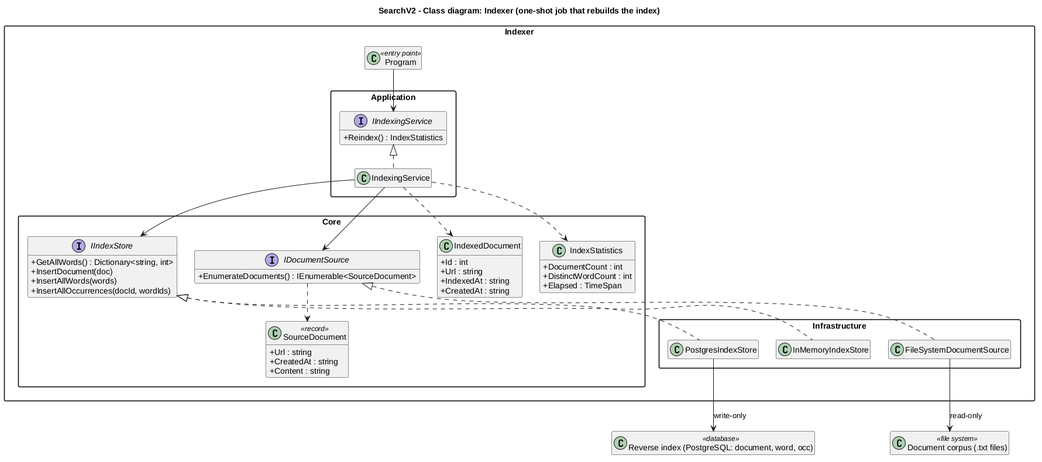
Earlier version of the PlantUML export uml/class-diagram-indexer.png (searchv2/searchv2). The source it was exported from:
```plantuml
@startuml class-diagram-indexer
title SearchV2 - Class diagram: Indexer (one-shot job that rebuilds the index)
skinparam classAttributeIconSize 0
skinparam packageStyle rectangle
skinparam nodesep 30
skinparam ranksep 40
hide empty members


package "Indexer" as indexer {
  class Program <<entry point>>
  package "Application" as idxapp {
    interface IIndexingService {
      +Reindex() : IndexStatistics
    }
    class IndexingService
  }
  package "Core" as idxcore {
    interface IDocumentSource {
      +EnumerateDocuments() : IEnumerable<SourceDocument>
    }
    interface IIndexStore {
      +GetAllWords() : Dictionary<string, int>
      +InsertDocument(doc)
      +InsertAllWords(words)
      +InsertAllOccurrences(docId, wordIds)
    }
    class SourceDocument <<record>> {
      +Url : string
      +CreatedAt : string
      +Content : string
    }
    class IndexedDocument {
      +Id : int
      +Url : string
      +IndexedAt : string
      +CreatedAt : string
    }
    class IndexStatistics {
      +DocumentCount : int
      +DistinctWordCount : int
      +Elapsed : TimeSpan
    }
  }
  package "Infrastructure" as idxinfra {
    class FileSystemDocumentSource
    class PostgresIndexStore
    class InMemoryIndexStore
  }
}

class "Reverse index (PostgreSQL: document, word, occ)" as db <<database>>
class "Document corpus (.txt files)" as fs <<file system>>

IndexingService .up.|> IIndexingService
FileSystemDocumentSource .up.|> IDocumentSource
PostgresIndexStore .up.|> IIndexStore
InMemoryIndexStore .up.|> IIndexStore

Program --> IIndexingService
IndexingService --> IIndexStore
IndexingService --> IDocumentSource
IndexingService ..> IndexStatistics
IndexingService ..> IndexedDocument
IDocumentSource ..> SourceDocument

FileSystemDocumentSource --> fs : read-only
PostgresIndexStore --> db : write-only

@enduml
```
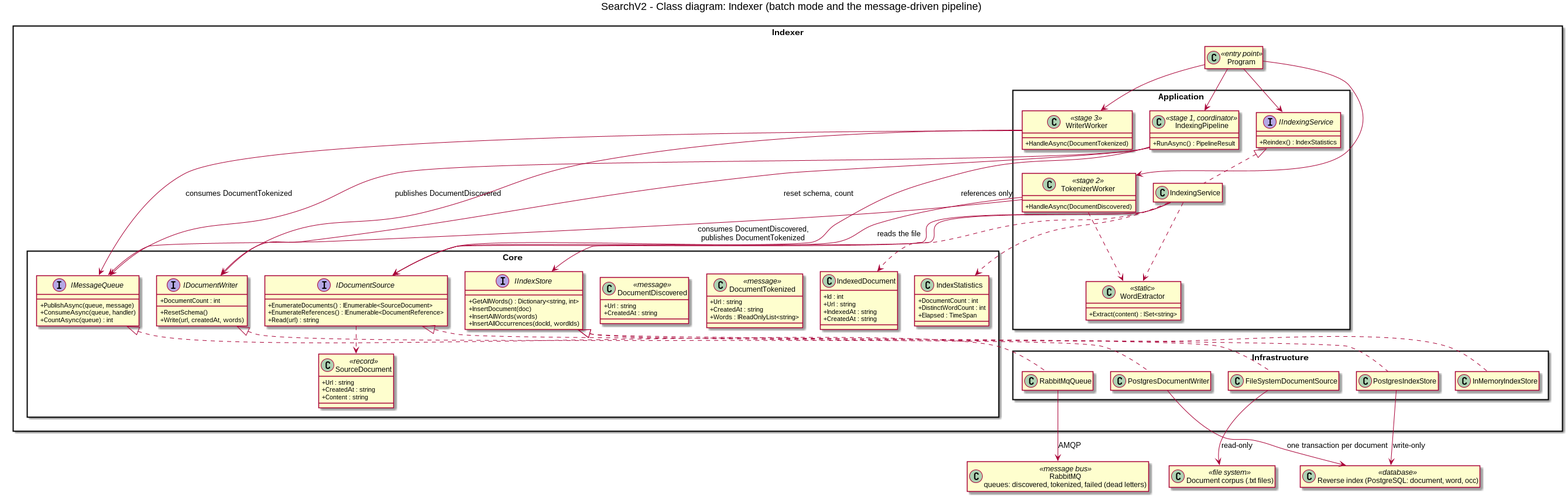
After the change.

The edit, as a diff of the source:
```diff
@@ -1,5 +1,5 @@
 @startuml class-diagram-indexer
-title SearchV2 - Class diagram: Indexer (one-shot job that rebuilds the index)
+title SearchV2 - Class diagram: Indexer (batch mode and the message-driven pipeline)
 skinparam classAttributeIconSize 0
 skinparam packageStyle rectangle
 skinparam nodesep 30
@@ -14,10 +14,43 @@
       +Reindex() : IndexStatistics
     }
     class IndexingService
+    class IndexingPipeline <<stage 1, coordinator>> {
+      +RunAsync() : PipelineResult
+    }
+    class TokenizerWorker <<stage 2>> {
+      +HandleAsync(DocumentDiscovered)
+    }
+    class WriterWorker <<stage 3>> {
+      +HandleAsync(DocumentTokenized)
+    }
+    class WordExtractor <<static>> {
+      +Extract(content) : ISet<string>
+    }
   }
   package "Core" as idxcore {
     interface IDocumentSource {
       +EnumerateDocuments() : IEnumerable<SourceDocument>
+      +EnumerateReferences() : IEnumerable<DocumentReference>
+      +Read(url) : string
+    }
+    interface IMessageQueue {
+      +PublishAsync(queue, message)
+      +ConsumeAsync(queue, handler)
+      +CountAsync(queue) : int
+    }
+    interface IDocumentWriter {
+      +ResetSchema()
+      +Write(url, createdAt, words)
+      +DocumentCount : int
+    }
+    class DocumentDiscovered <<message>> {
+      +Url : string
+      +CreatedAt : string
+    }
+    class DocumentTokenized <<message>> {
+      +Url : string
+      +CreatedAt : string
+      +Words : IReadOnlyList<string>
     }
     interface IIndexStore {
       +GetAllWords() : Dictionary<string, int>
@@ -46,25 +79,44 @@
     class FileSystemDocumentSource
     class PostgresIndexStore
     class InMemoryIndexStore
+    class RabbitMqQueue
+    class PostgresDocumentWriter
   }
 }
 
 class "Reverse index (PostgreSQL: document, word, occ)" as db <<database>>
 class "Document corpus (.txt files)" as fs <<file system>>
+class "RabbitMQ\nqueues: discovered, tokenized, failed (dead letters)" as mq <<message bus>>
 
 IndexingService .up.|> IIndexingService
 FileSystemDocumentSource .up.|> IDocumentSource
 PostgresIndexStore .up.|> IIndexStore
 InMemoryIndexStore .up.|> IIndexStore
+RabbitMqQueue .up.|> IMessageQueue
+PostgresDocumentWriter .up.|> IDocumentWriter
 
 Program --> IIndexingService
+Program --> IndexingPipeline
+Program --> TokenizerWorker
+Program --> WriterWorker
 IndexingService --> IIndexStore
 IndexingService --> IDocumentSource
 IndexingService ..> IndexStatistics
 IndexingService ..> IndexedDocument
 IDocumentSource ..> SourceDocument
+IndexingService ..> WordExtractor
+TokenizerWorker ..> WordExtractor
+IndexingPipeline --> IDocumentSource : references only
+IndexingPipeline --> IMessageQueue : publishes DocumentDiscovered
+IndexingPipeline --> IDocumentWriter : reset schema, count
+TokenizerWorker --> IDocumentSource : reads the file
+TokenizerWorker --> IMessageQueue : consumes DocumentDiscovered,\npublishes DocumentTokenized
+WriterWorker --> IMessageQueue : consumes DocumentTokenized
+WriterWorker --> IDocumentWriter
 
 FileSystemDocumentSource --> fs : read-only
 PostgresIndexStore --> db : write-only
+PostgresDocumentWriter --> db : one transaction per document
+RabbitMqQueue --> mq : AMQP
 
 @enduml
```
